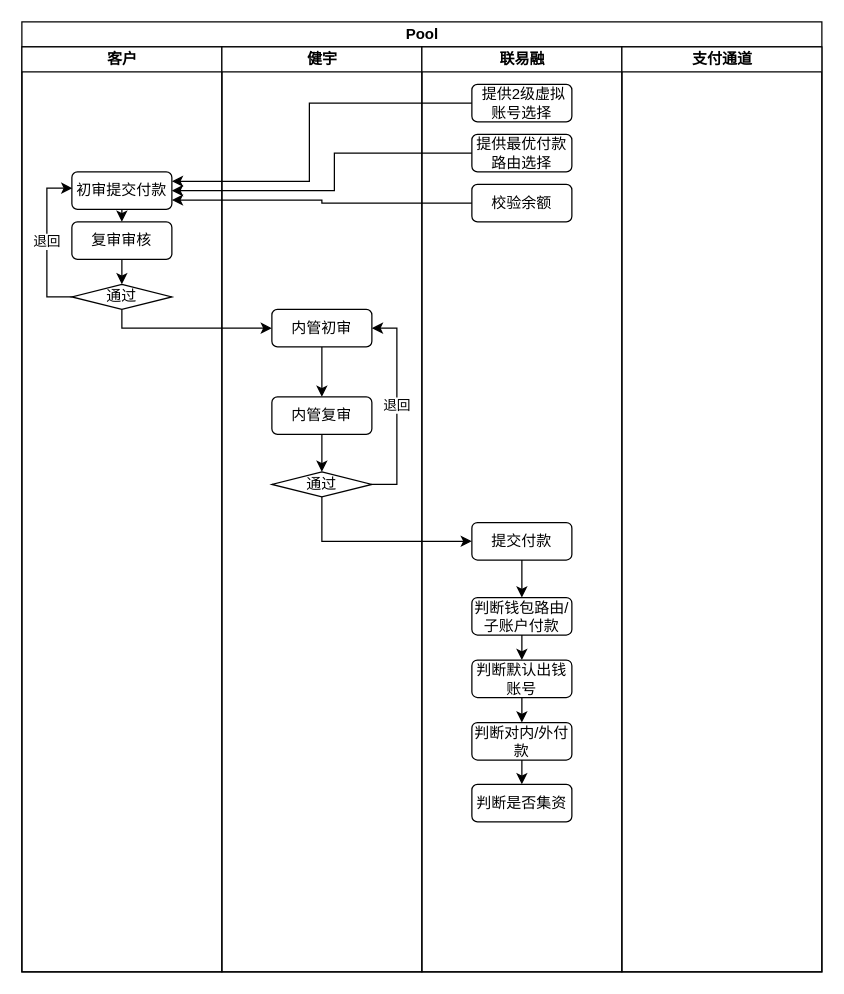
The draw.io diagram LLSI/正常付款/扣除手续费流程.drawio in 0573xieguojia/To-program, before the edit. Source tidied: cells renumbered, new cells numbered last; positions are measured from the earlier drawing's top-left corner, leaving out a move shared by most shapes. Both pictures are drawn from the tidied source at 125%, with x=0, y=0 at pixel (21, 21).
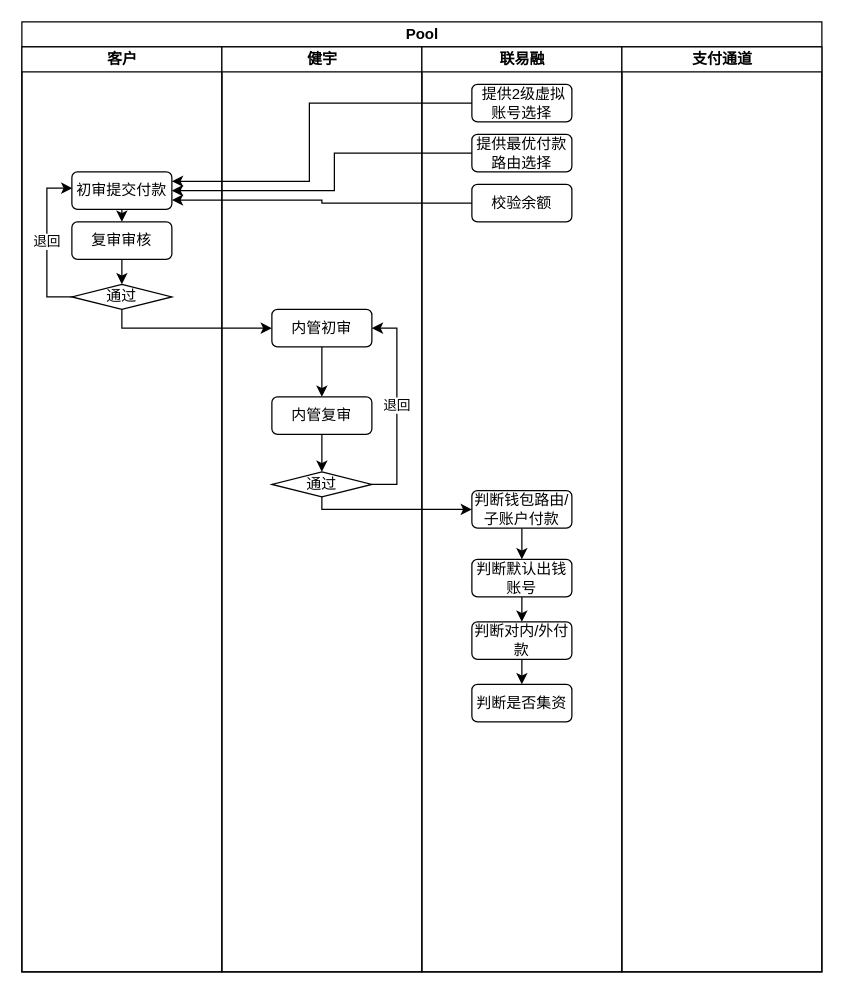
Above is the later version.

Commit message (it also covers changes not shown here):
更新扣除手续费流程.drawio

Unchanged cells that the change refers to:
```xml
<mxCell id="2" value="Pool" style="swimlane;startSize=20;html=1;" parent="1" vertex="1">
  <mxGeometry width="640" height="760" as="geometry" />
</mxCell>
<mxCell id="16" value="通过" style="rhombus;whiteSpace=wrap;html=1;" parent="11" vertex="1">
  <mxGeometry x="40" y="340" width="80" height="20" as="geometry" />
</mxCell>
<mxCell id="18" value="联易融" style="swimlane;startSize=20;html=1;" parent="2" vertex="1">
  <mxGeometry x="320" y="20" width="160" height="740" as="geometry" />
</mxCell>
```

Change to the diagram source:
```diff
@@
-    <mxCell id="19" style="edgeStyle=orthogonalEdgeStyle;rounded=0;jettySize=auto;html=1;exitX=0.5;exitY=1;exitDx=0;exitDy=0;entryX=0.5;entryY=0;entryDx=0;entryDy=0;" parent="18" edge="1" source="20" target="22">
-      <mxGeometry relative="1" as="geometry" />
-    </mxCell>
-    <mxCell id="20" value="提交付款" style="rounded=1;whiteSpace=wrap;html=1;" parent="18" vertex="1">
-      <mxGeometry x="40" y="380.5" width="80" height="30" as="geometry" />
-    </mxCell>
@@
     <mxCell id="22" value="判断钱包路由/子账户付款" style="rounded=1;whiteSpace=wrap;html=1;" parent="18" vertex="1">
-      <mxGeometry x="40" y="440.5" width="80" height="30" as="geometry" />
+      <mxGeometry x="40" y="355" width="80" height="30" as="geometry" />
     </mxCell>
@@
     <mxCell id="24" value="判断默认出钱账号" style="rounded=1;whiteSpace=wrap;html=1;" parent="18" vertex="1">
-      <mxGeometry x="40" y="490.5" width="80" height="30" as="geometry" />
+      <mxGeometry x="40" y="410" width="80" height="30" as="geometry" />
     </mxCell>
@@
     <mxCell id="26" value="判断对内/外付款" style="rounded=1;whiteSpace=wrap;html=1;" parent="18" vertex="1">
-      <mxGeometry x="40" y="540.5" width="80" height="30" as="geometry" />
+      <mxGeometry x="40" y="460" width="80" height="30" as="geometry" />
     </mxCell>
     <mxCell id="27" value="判断是否集资" style="rounded=1;whiteSpace=wrap;html=1;" parent="18" vertex="1">
-      <mxGeometry x="40" y="590" width="80" height="30" as="geometry" />
+      <mxGeometry x="40" y="510" width="80" height="30" as="geometry" />
     </mxCell>
@@
-    <mxCell id="32" style="edgeStyle=orthogonalEdgeStyle;rounded=0;jettySize=auto;html=1;exitX=0.5;exitY=1;exitDx=0;exitDy=0;entryX=0;entryY=0.5;entryDx=0;entryDy=0;" parent="2" edge="1" source="16" target="20">
+    <mxCell id="32" style="edgeStyle=orthogonalEdgeStyle;rounded=0;jettySize=auto;html=1;exitX=0.5;exitY=1;exitDx=0;exitDy=0;entryX=0;entryY=0.5;entryDx=0;entryDy=0;" parent="2" edge="1" source="16" target="22">
       <mxGeometry relative="1" as="geometry">
         <Array as="points">
-          <mxPoint x="240" y="416" />
-          <mxPoint x="360" y="416" />
+          <mxPoint x="240" y="390" />
         </Array>
       </mxGeometry>
     </mxCell>
```
